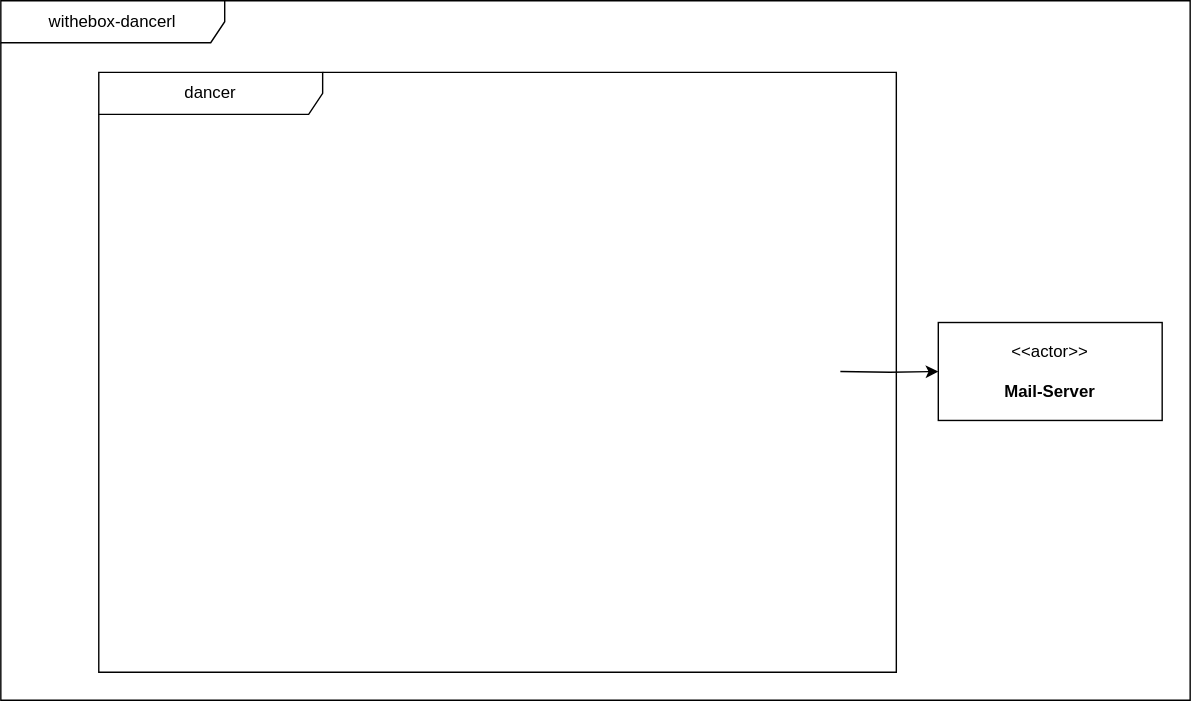
Before: src/main/jbake/content/documentation/arc42/images/whitebox-dancer.drawio.svg, a diagram exported from draw.io (dancier/documentation). Source tidied: cells renumbered, new cells last; positions are measured from the earlier drawing's top-left corner, leaving out a move shared by most shapes.
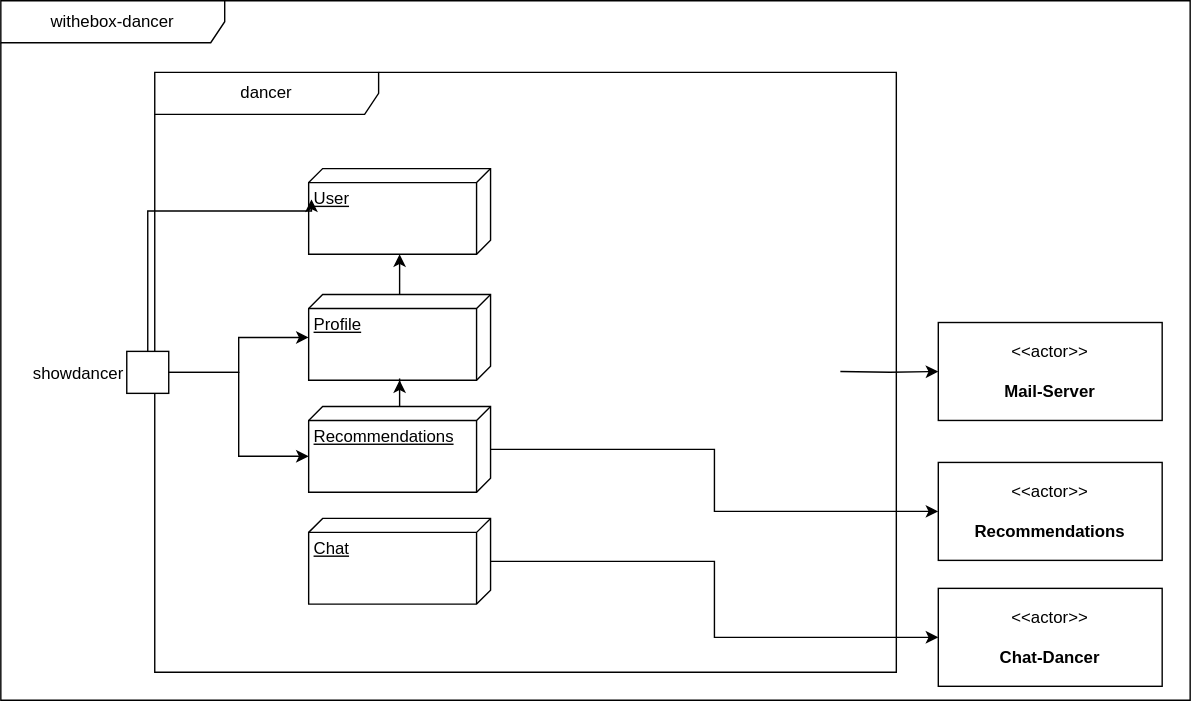
After the commit.

The edit, as a diff of the source:
```diff
@@ -2,12 +2,47 @@
   <root>
     <mxCell id="0" />
     <mxCell id="1" parent="0" />
-    <mxCell id="2" value="withebox-dancerl" style="shape=umlFrame;whiteSpace=wrap;html=1;width=160;" parent="1" vertex="1">
+    <mxCell id="2" value="withebox-dancer" style="shape=umlFrame;whiteSpace=wrap;html=1;width=160;" parent="1" vertex="1">
       <mxGeometry width="850" height="500" as="geometry" />
     </mxCell>
     <mxCell id="3" value="dancer" style="shape=umlFrame;whiteSpace=wrap;html=1;width=160;" parent="2" vertex="1">
-      <mxGeometry x="70" y="51.2" width="570" height="428.8" as="geometry" />
+      <mxGeometry x="110" y="51.2" width="530" height="428.8" as="geometry" />
     </mxCell>
+    <mxCell id="6" value="User" style="verticalAlign=top;align=left;spacingTop=8;spacingLeft=2;spacingRight=12;shape=cube;size=10;direction=south;fontStyle=4;html=1;whiteSpace=wrap;" parent="3" vertex="1">
+      <mxGeometry x="110" y="68.8" width="130" height="61.2" as="geometry" />
+    </mxCell>
+    <mxCell id="7" style="edgeStyle=orthogonalEdgeStyle;rounded=0;jettySize=auto;html=1;" parent="3" edge="1" source="8" target="6">
+      <mxGeometry relative="1" as="geometry" />
+    </mxCell>
+    <mxCell id="8" value="Profile" style="verticalAlign=top;align=left;spacingTop=8;spacingLeft=2;spacingRight=12;shape=cube;size=10;direction=south;fontStyle=4;html=1;whiteSpace=wrap;" parent="3" vertex="1">
+      <mxGeometry x="110" y="158.8" width="130" height="61.2" as="geometry" />
+    </mxCell>
+    <mxCell id="9" style="edgeStyle=orthogonalEdgeStyle;rounded=0;jettySize=auto;html=1;" parent="3" edge="1" source="10" target="8">
+      <mxGeometry relative="1" as="geometry" />
+    </mxCell>
+    <mxCell id="10" value="Recommendations" style="verticalAlign=top;align=left;spacingTop=8;spacingLeft=2;spacingRight=12;shape=cube;size=10;direction=south;fontStyle=4;html=1;whiteSpace=wrap;" parent="3" vertex="1">
+      <mxGeometry x="110" y="238.8" width="130" height="61.2" as="geometry" />
+    </mxCell>
+    <mxCell id="11" value="Chat" style="verticalAlign=top;align=left;spacingTop=8;spacingLeft=2;spacingRight=12;shape=cube;size=10;direction=south;fontStyle=4;html=1;whiteSpace=wrap;" parent="3" vertex="1">
+      <mxGeometry x="110" y="318.8" width="130" height="61.2" as="geometry" />
+    </mxCell>
+    <mxCell id="12" value="showdancer" style="fontStyle=0;labelPosition=left;verticalLabelPosition=middle;align=right;verticalAlign=middle;spacingLeft=2;" parent="3" vertex="1">
+      <mxGeometry x="-20" y="199.4" width="30" height="30" as="geometry" />
+    </mxCell>
+    <mxCell id="13" style="edgeStyle=orthogonalEdgeStyle;rounded=0;jettySize=auto;html=1;entryX=0.359;entryY=0.985;entryDx=0;entryDy=0;entryPerimeter=0;" parent="3" edge="1" source="12" target="6">
+      <mxGeometry relative="1" as="geometry">
+        <Array as="points">
+          <mxPoint x="-5" y="99" />
+          <mxPoint x="112" y="99" />
+        </Array>
+      </mxGeometry>
+    </mxCell>
+    <mxCell id="14" style="edgeStyle=orthogonalEdgeStyle;rounded=0;jettySize=auto;html=1;" parent="3" edge="1" source="12" target="8">
+      <mxGeometry relative="1" as="geometry" />
+    </mxCell>
+    <mxCell id="15" style="edgeStyle=orthogonalEdgeStyle;rounded=0;jettySize=auto;html=1;entryX=0;entryY=0;entryDx=35.625;entryDy=130;entryPerimeter=0;" parent="3" edge="1" source="12" target="10">
+      <mxGeometry relative="1" as="geometry" />
+    </mxCell>
     <mxCell id="4" value="&amp;lt;&amp;lt;actor&amp;gt;&amp;gt;&lt;br&gt;&lt;br&gt;&lt;b&gt;Mail-Server&lt;/b&gt;" style="html=1;align=center;verticalAlign=middle;dashed=0;whiteSpace=wrap;" parent="2" vertex="1">
       <mxGeometry x="670" y="230" width="160" height="70" as="geometry" />
     </mxCell>
@@ -16,5 +51,17 @@
         <mxPoint x="600" y="265" as="sourcePoint" />
       </mxGeometry>
     </mxCell>
+    <mxCell id="16" value="&amp;lt;&amp;lt;actor&amp;gt;&amp;gt;&lt;br&gt;&lt;br&gt;&lt;b&gt;Recommendations&lt;/b&gt;" style="html=1;align=center;verticalAlign=middle;dashed=0;whiteSpace=wrap;" parent="2" vertex="1">
+      <mxGeometry x="670" y="330" width="160" height="70" as="geometry" />
+    </mxCell>
+    <mxCell id="17" value="&amp;lt;&amp;lt;actor&amp;gt;&amp;gt;&lt;br&gt;&lt;br&gt;&lt;b&gt;Chat-Dancer&lt;/b&gt;" style="html=1;align=center;verticalAlign=middle;dashed=0;whiteSpace=wrap;" parent="2" vertex="1">
+      <mxGeometry x="670" y="420" width="160" height="70" as="geometry" />
+    </mxCell>
+    <mxCell id="18" style="edgeStyle=orthogonalEdgeStyle;rounded=0;jettySize=auto;html=1;" parent="2" edge="1" source="10" target="16">
+      <mxGeometry relative="1" as="geometry" />
+    </mxCell>
+    <mxCell id="19" style="edgeStyle=orthogonalEdgeStyle;rounded=0;jettySize=auto;html=1;" parent="2" edge="1" source="11" target="17">
+      <mxGeometry relative="1" as="geometry" />
+    </mxCell>
   </root>
 </mxGraphModel>
```
